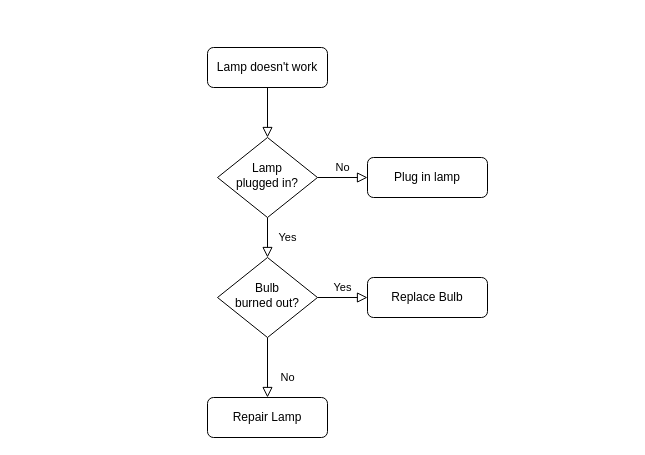
Before: 未命名绘图.drawio in willshion/willshion.github.io, a draw.io diagram. Source tidied: cells renumbered, new cells numbered last; positions are measured from the earlier drawing's top-left corner, leaving out a move shared by most shapes. Both pictures are drawn from the tidied source at 100%, with x=0, y=0 at pixel (207, 47).
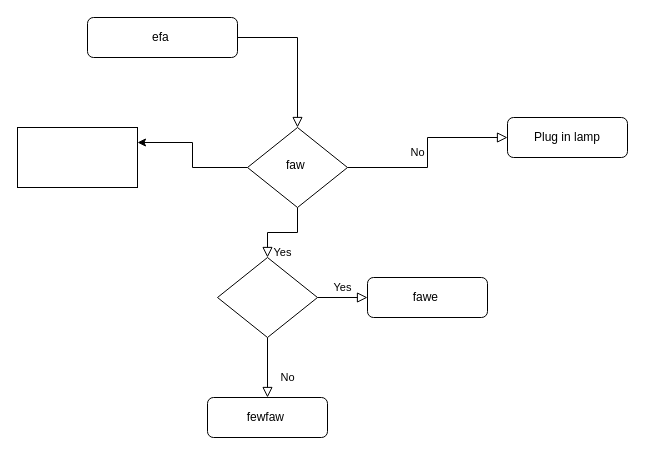
The same page after the edit.

Commit message:
更新未命名绘图.drawio

Change to the diagram source:
```diff
@@
 <mxGraphModel>
   <root>
     <mxCell id="0" />
     <mxCell id="1" parent="0" />
     <mxCell id="2" style="rounded=0;html=1;jettySize=auto;fontSize=11;endArrow=block;endFill=0;endSize=8;strokeWidth=1;shadow=0;labelBackgroundColor=none;edgeStyle=orthogonalEdgeStyle;" parent="1" edge="1" source="3" target="6">
       <mxGeometry relative="1" as="geometry" />
     </mxCell>
-    <mxCell id="3" value="Lamp doesn't work" style="rounded=1;whiteSpace=wrap;html=1;fontSize=12;glass=0;strokeWidth=1;shadow=0;" parent="1" vertex="1">
-      <mxGeometry width="120" height="40" as="geometry" />
+    <mxCell id="3" value="efa&amp;nbsp;" style="rounded=1;whiteSpace=wrap;html=1;fontSize=12;glass=0;strokeWidth=1;shadow=0;" parent="1" vertex="1">
+      <mxGeometry x="-120" y="-30" width="150" height="40" as="geometry" />
     </mxCell>
     <mxCell id="4" value="Yes" style="rounded=0;html=1;jettySize=auto;fontSize=11;endArrow=block;endFill=0;endSize=8;strokeWidth=1;shadow=0;labelBackgroundColor=none;edgeStyle=orthogonalEdgeStyle;" parent="1" edge="1" source="6" target="10">
       <mxGeometry y="20" relative="1" as="geometry" />
     </mxCell>
     <mxCell id="5" value="No" style="edgeStyle=orthogonalEdgeStyle;rounded=0;html=1;jettySize=auto;fontSize=11;endArrow=block;endFill=0;endSize=8;strokeWidth=1;shadow=0;labelBackgroundColor=none;" parent="1" edge="1" source="6" target="7">
       <mxGeometry y="10" relative="1" as="geometry" />
     </mxCell>
+    <mxCell id="13" style="edgeStyle=orthogonalEdgeStyle;rounded=0;jettySize=auto;html=1;exitX=0;exitY=0.5;exitDx=0;exitDy=0;entryX=1;entryY=0.25;entryDx=0;entryDy=0;" parent="1" edge="1" source="6" target="14">
+      <mxGeometry relative="1" as="geometry" />
+    </mxCell>
-    <mxCell id="6" value="Lamp&lt;br&gt;plugged in?" style="rhombus;whiteSpace=wrap;html=1;shadow=0;fontFamily=Helvetica;fontSize=12;align=center;strokeWidth=1;spacing=6;spacingTop=-4;" parent="1" vertex="1">
-      <mxGeometry x="10" y="90" width="100" height="80" as="geometry" />
+    <mxCell id="6" value="faw&amp;nbsp;" style="rhombus;whiteSpace=wrap;html=1;shadow=0;fontFamily=Helvetica;fontSize=12;align=center;strokeWidth=1;spacing=6;spacingTop=-4;" parent="1" vertex="1">
+      <mxGeometry x="40" y="80" width="100" height="80" as="geometry" />
     </mxCell>
     <mxCell id="7" value="Plug in lamp" style="rounded=1;whiteSpace=wrap;html=1;fontSize=12;glass=0;strokeWidth=1;shadow=0;" parent="1" vertex="1">
-      <mxGeometry x="160" y="110" width="120" height="40" as="geometry" />
+      <mxGeometry x="300" y="70" width="120" height="40" as="geometry" />
     </mxCell>
     <mxCell id="8" value="No" style="rounded=0;html=1;jettySize=auto;fontSize=11;endArrow=block;endFill=0;endSize=8;strokeWidth=1;shadow=0;labelBackgroundColor=none;edgeStyle=orthogonalEdgeStyle;" parent="1" edge="1" source="10" target="11">
       <mxGeometry x="0.33" y="20" relative="1" as="geometry" />
     </mxCell>
     <mxCell id="9" value="Yes" style="edgeStyle=orthogonalEdgeStyle;rounded=0;html=1;jettySize=auto;fontSize=11;endArrow=block;endFill=0;endSize=8;strokeWidth=1;shadow=0;labelBackgroundColor=none;" parent="1" edge="1" source="10" target="12">
       <mxGeometry y="10" relative="1" as="geometry" />
     </mxCell>
-    <mxCell id="10" value="Bulb&lt;br&gt;burned out?" style="rhombus;whiteSpace=wrap;html=1;shadow=0;fontFamily=Helvetica;fontSize=12;align=center;strokeWidth=1;spacing=6;spacingTop=-4;" parent="1" vertex="1">
+    <mxCell id="10" value="&amp;nbsp;" style="rhombus;whiteSpace=wrap;html=1;shadow=0;fontFamily=Helvetica;fontSize=12;align=center;strokeWidth=1;spacing=6;spacingTop=-4;" parent="1" vertex="1">
       <mxGeometry x="10" y="210" width="100" height="80" as="geometry" />
     </mxCell>
-    <mxCell id="11" value="Repair Lamp" style="rounded=1;whiteSpace=wrap;html=1;fontSize=12;glass=0;strokeWidth=1;shadow=0;" parent="1" vertex="1">
+    <mxCell id="11" value="fewfaw&amp;nbsp;" style="rounded=1;whiteSpace=wrap;html=1;fontSize=12;glass=0;strokeWidth=1;shadow=0;" parent="1" vertex="1">
       <mxGeometry y="350" width="120" height="40" as="geometry" />
     </mxCell>
-    <mxCell id="12" value="Replace Bulb" style="rounded=1;whiteSpace=wrap;html=1;fontSize=12;glass=0;strokeWidth=1;shadow=0;" parent="1" vertex="1">
+    <mxCell id="12" value="fawe&amp;nbsp;" style="rounded=1;whiteSpace=wrap;html=1;fontSize=12;glass=0;strokeWidth=1;shadow=0;" parent="1" vertex="1">
       <mxGeometry x="160" y="230" width="120" height="40" as="geometry" />
     </mxCell>
+    <mxCell id="14" style="rounded=1;whiteSpace=wrap;html=1;arcSize=0;" parent="1" vertex="1">
+      <mxGeometry x="-190" y="80" width="120" height="60" as="geometry" />
+    </mxCell>
   </root>
 </mxGraphModel>
```
